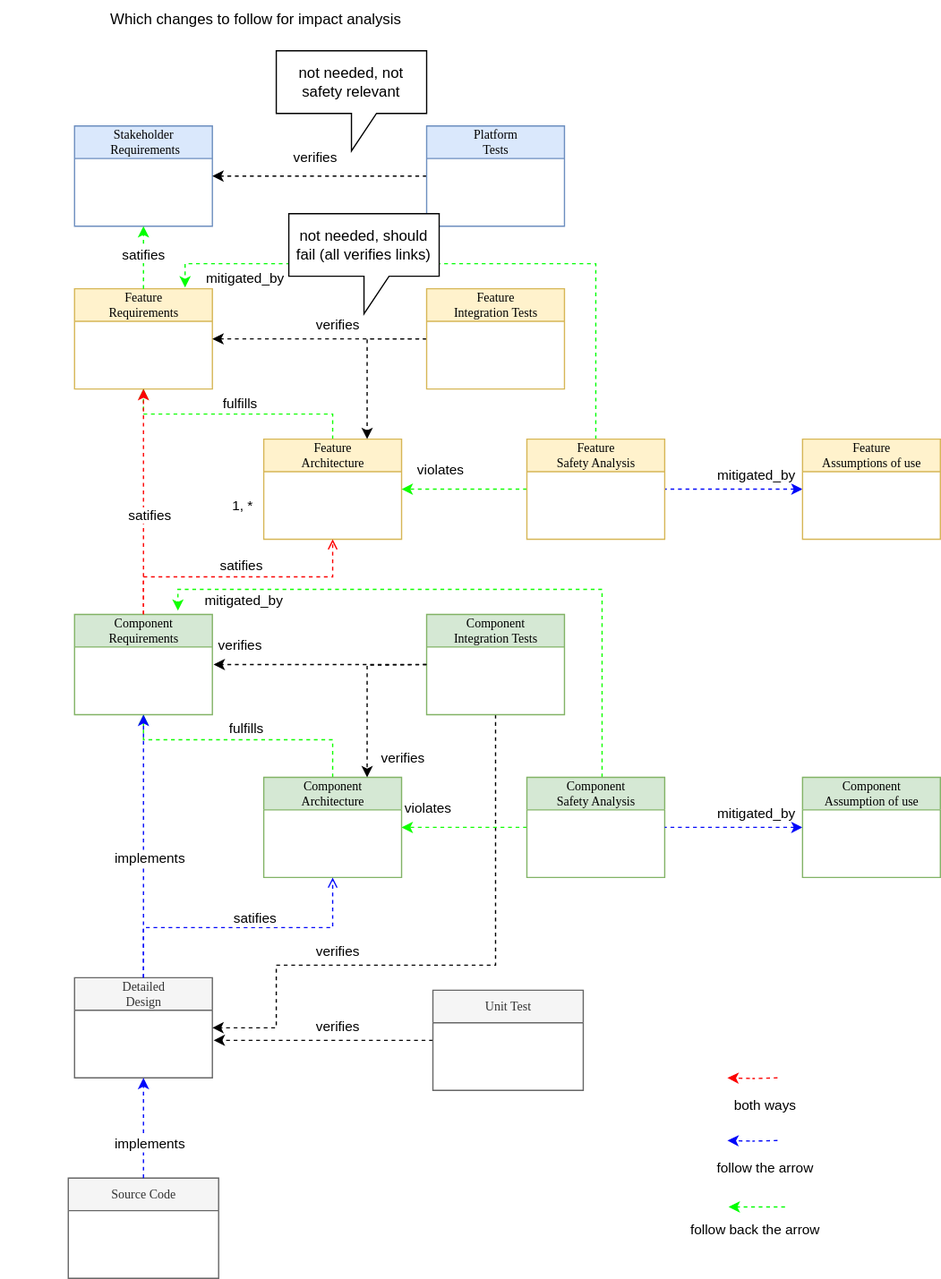
Before: main/_images/impact_analysis.drawio.svg, a diagram exported from draw.io (PiotrKorkus/reference_integration). Source tidied: cells renumbered, new cells last; positions are measured from the earlier drawing's top-left corner, leaving out a move shared by most shapes.
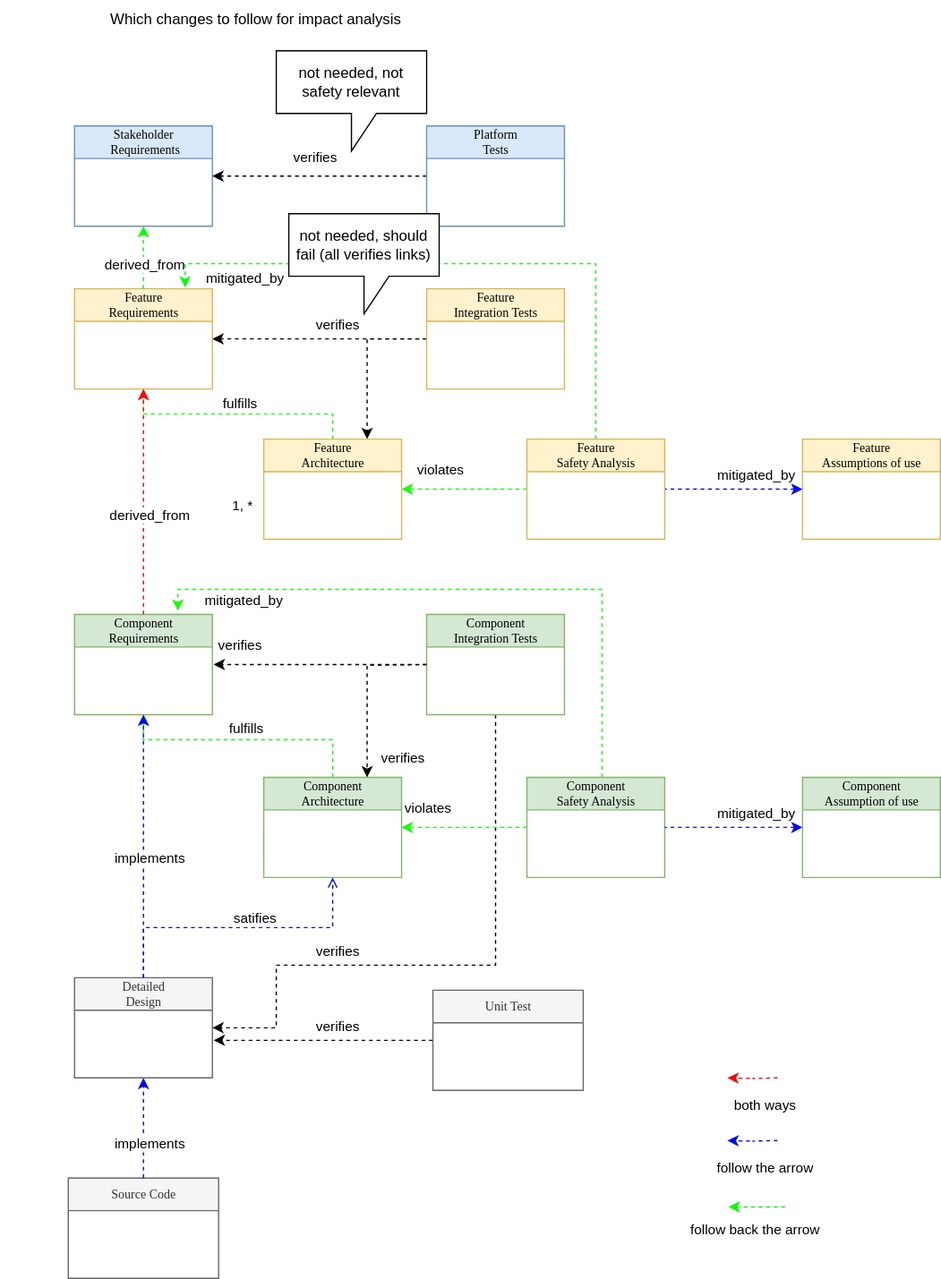
The same file after the commit.

Diff of the diagram source:
```diff
@@ -16,14 +16,6 @@
     <mxCell id="5" value="Feature&lt;br&gt;Architecture" style="swimlane;html=1;fontStyle=0;horizontal=1;startSize=26;fillColor=#fff2cc;swimlaneFillColor=#ffffff;rounded=0;shadow=0;comic=0;labelBackgroundColor=none;strokeWidth=1;fontFamily=Verdana;fontSize=10;align=center;strokeColor=#d6b656;" parent="1" vertex="1">
       <mxGeometry x="210" y="350" width="110" height="80" as="geometry" />
     </mxCell>
-    <mxCell id="6" style="edgeStyle=orthogonalEdgeStyle;rounded=0;jettySize=auto;html=1;entryX=0.5;entryY=1;entryDx=0;entryDy=0;endArrow=open;endFill=0;dashed=1;exitX=0.5;exitY=0;exitDx=0;exitDy=0;strokeColor=#fc0303;" parent="1" edge="1" source="8" target="5">
-      <mxGeometry relative="1" as="geometry" />
-    </mxCell>
-    <mxCell id="7" value="satifies" style="edgeLabel;html=1;align=center;verticalAlign=middle;" parent="6" vertex="1">
-      <mxGeometry x="0.06" y="6" relative="1" as="geometry">
-        <mxPoint x="-5" y="-4" as="offset" />
-      </mxGeometry>
-    </mxCell>
     <mxCell id="8" value="Component&lt;br&gt;Requirements" style="swimlane;html=1;fontStyle=0;horizontal=1;startSize=26;fillColor=#d5e8d4;swimlaneFillColor=#ffffff;rounded=0;shadow=0;comic=0;labelBackgroundColor=none;strokeWidth=1;fontFamily=Verdana;fontSize=10;align=center;strokeColor=#82b366;" parent="1" vertex="1">
       <mxGeometry x="59" y="490" width="110" height="80" as="geometry" />
     </mxCell>
@@ -38,8 +30,10 @@
         <mxPoint x="55" y="80" as="targetPoint" />
       </mxGeometry>
     </mxCell>
-    <mxCell id="12" value="satifies" style="edgeLabel;html=1;align=center;verticalAlign=middle;" parent="11" vertex="1">
-      <mxGeometry x="0.11" y="1" relative="1" as="geometry" />
+    <mxCell id="12" value="derived_from" style="edgeLabel;html=1;align=center;verticalAlign=middle;" parent="11" vertex="1">
+      <mxGeometry x="0.11" y="1" relative="1" as="geometry">
+        <mxPoint x="1" y="8" as="offset" />
+      </mxGeometry>
     </mxCell>
     <mxCell id="13" style="edgeStyle=orthogonalEdgeStyle;rounded=0;jettySize=auto;html=1;entryX=0.5;entryY=1;entryDx=0;entryDy=0;endArrow=open;endFill=0;dashed=1;exitX=0.5;exitY=0;exitDx=0;exitDy=0;strokeColor=#11ff00;" parent="1" edge="1" source="15">
       <mxGeometry relative="1" as="geometry">
@@ -64,7 +58,7 @@
         <mxPoint x="114" y="310" as="targetPoint" />
       </mxGeometry>
     </mxCell>
-    <mxCell id="17" value="satifies" style="edgeLabel;html=1;align=center;verticalAlign=middle;" parent="16" vertex="1">
+    <mxCell id="17" value="derived_from" style="edgeLabel;html=1;align=center;verticalAlign=middle;" parent="16" vertex="1">
       <mxGeometry x="0.06" y="6" relative="1" as="geometry">
         <mxPoint x="10" y="15" as="offset" />
       </mxGeometry>
```
